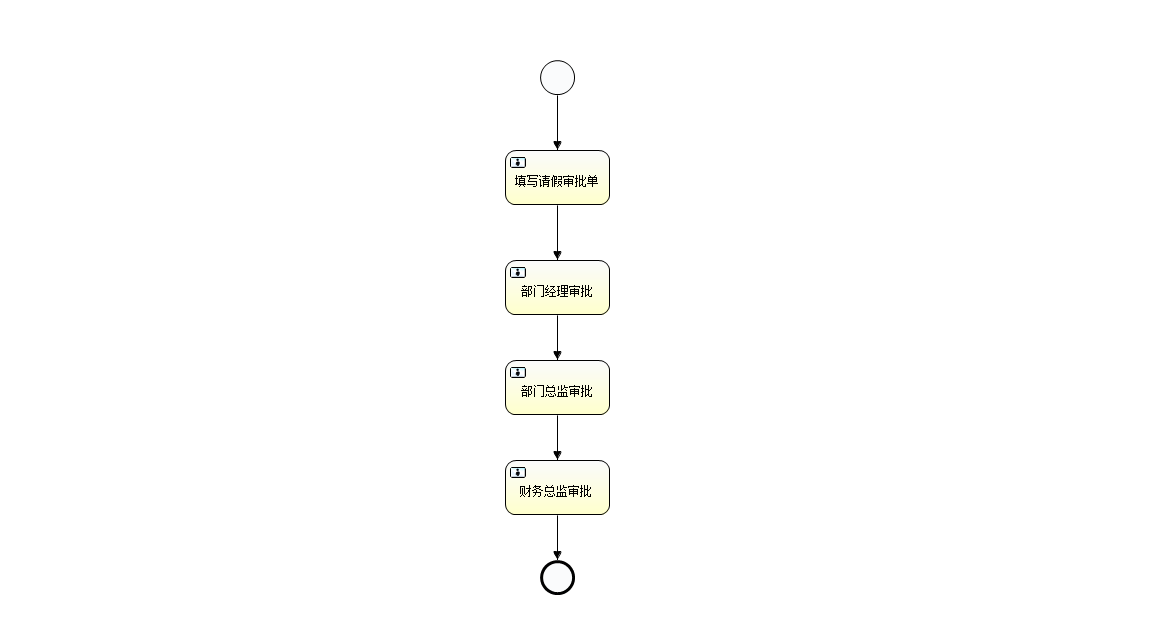
Earlier version of the BPMN export src/main/resources/bpmn/evection.png (jackdemos/taocaicai-activiti). Its source is kept beside it as src/main/resources/bpmn/evection.bpmn. Ids are renumbered.
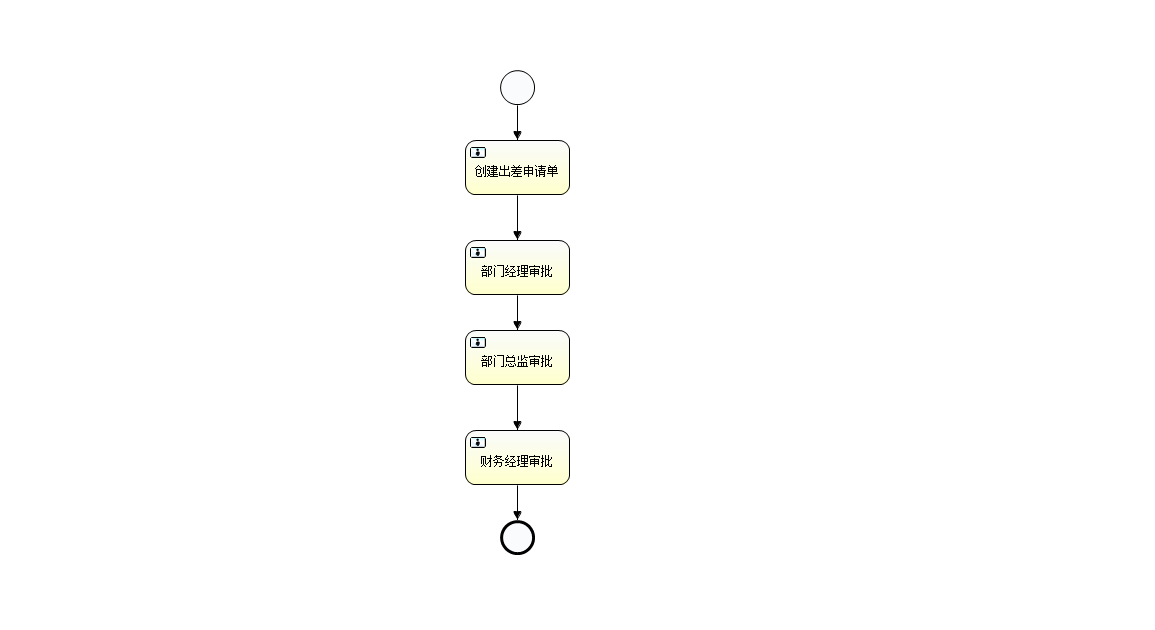
After the commit.

Diff of the diagram source:
```diff
@@ -1,10 +1,10 @@
 <definitions xmlns="http://www.omg.org/spec/BPMN/20100524/MODEL" xmlns:xsi="http://www.w3.org/2001/XMLSchema-instance" xmlns:xsd="http://www.w3.org/2001/XMLSchema" xmlns:activiti="http://activiti.org/bpmn" xmlns:bpmndi="http://www.omg.org/spec/BPMN/20100524/DI" xmlns:omgdc="http://www.omg.org/spec/DD/20100524/DC" xmlns:omgdi="http://www.omg.org/spec/DD/20100524/DI" typeLanguage="http://www.w3.org/2001/XMLSchema" expressionLanguage="http://www.w3.org/1999/XPath" targetNamespace="http://www.activiti.org/test">
-  <process id="evection" name="出差申请" isExecutable="true">
+  <process id="process-evection" name="出差申请单" isExecutable="true">
     <startEvent id="startevent1" name="Start"></startEvent>
-    <userTask id="usertask1" name="填写请假审批单" activiti:assignee="zhangsan"></userTask>
-    <userTask id="usertask2" name="部门经理审批" activiti:assignee="lisi"></userTask>
-    <userTask id="usertask3" name="部门总监审批" activiti:assignee="liudong"></userTask>
-    <userTask id="usertask4" name="财务总监审批 " activiti:assignee="wangxiaoya"></userTask>
+    <userTask id="usertask1" name="创建出差申请单" activiti:assignee="${assignee0}"></userTask>
+    <userTask id="usertask2" name="部门经理审批" activiti:assignee="${assignee1}"></userTask>
+    <userTask id="usertask3" name="部门总监审批" activiti:assignee="${assignee2}"></userTask>
+    <userTask id="usertask4" name="财务经理审批" activiti:assignee="${assignee3}"></userTask>
     <endEvent id="endevent1" name="End"></endEvent>
     <sequenceFlow id="flow1" sourceRef="startevent1" targetRef="usertask1"></sequenceFlow>
     <sequenceFlow id="flow2" sourceRef="usertask1" targetRef="usertask2"></sequenceFlow>
@@ -12,45 +12,45 @@
     <sequenceFlow id="flow4" sourceRef="usertask3" targetRef="usertask4"></sequenceFlow>
     <sequenceFlow id="flow5" sourceRef="usertask4" targetRef="endevent1"></sequenceFlow>
   </process>
-  <bpmndi:BPMNDiagram id="BPMNDiagram_evection">
-    <bpmndi:BPMNPlane bpmnElement="evection" id="BPMNPlane_evection">
+  <bpmndi:BPMNDiagram id="BPMNDiagram_process-evection">
+    <bpmndi:BPMNPlane bpmnElement="process-evection" id="BPMNPlane_process-evection">
       <bpmndi:BPMNShape bpmnElement="startevent1" id="BPMNShape_startevent1">
-        <omgdc:Bounds height="35.0" width="35.0" x="540.0" y="60.0"></omgdc:Bounds>
+        <omgdc:Bounds height="35.0" width="35.0" x="500.0" y="70.0"></omgdc:Bounds>
       </bpmndi:BPMNShape>
       <bpmndi:BPMNShape bpmnElement="usertask1" id="BPMNShape_usertask1">
-        <omgdc:Bounds height="55.0" width="105.0" x="505.0" y="150.0"></omgdc:Bounds>
+        <omgdc:Bounds height="55.0" width="105.0" x="465.0" y="140.0"></omgdc:Bounds>
       </bpmndi:BPMNShape>
       <bpmndi:BPMNShape bpmnElement="usertask2" id="BPMNShape_usertask2">
-        <omgdc:Bounds height="55.0" width="105.0" x="505.0" y="260.0"></omgdc:Bounds>
+        <omgdc:Bounds height="55.0" width="105.0" x="465.0" y="240.0"></omgdc:Bounds>
       </bpmndi:BPMNShape>
       <bpmndi:BPMNShape bpmnElement="usertask3" id="BPMNShape_usertask3">
-        <omgdc:Bounds height="55.0" width="105.0" x="505.0" y="360.0"></omgdc:Bounds>
+        <omgdc:Bounds height="55.0" width="105.0" x="465.0" y="330.0"></omgdc:Bounds>
       </bpmndi:BPMNShape>
       <bpmndi:BPMNShape bpmnElement="usertask4" id="BPMNShape_usertask4">
-        <omgdc:Bounds height="55.0" width="105.0" x="505.0" y="460.0"></omgdc:Bounds>
+        <omgdc:Bounds height="55.0" width="105.0" x="465.0" y="430.0"></omgdc:Bounds>
       </bpmndi:BPMNShape>
       <bpmndi:BPMNShape bpmnElement="endevent1" id="BPMNShape_endevent1">
-        <omgdc:Bounds height="35.0" width="35.0" x="540.0" y="560.0"></omgdc:Bounds>
+        <omgdc:Bounds height="35.0" width="35.0" x="500.0" y="520.0"></omgdc:Bounds>
       </bpmndi:BPMNShape>
       <bpmndi:BPMNEdge bpmnElement="flow1" id="BPMNEdge_flow1">
-        <omgdi:waypoint x="557.0" y="95.0"></omgdi:waypoint>
-        <omgdi:waypoint x="557.0" y="150.0"></omgdi:waypoint>
+        <omgdi:waypoint x="517.0" y="105.0"></omgdi:waypoint>
+        <omgdi:waypoint x="517.0" y="140.0"></omgdi:waypoint>
       </bpmndi:BPMNEdge>
       <bpmndi:BPMNEdge bpmnElement="flow2" id="BPMNEdge_flow2">
-        <omgdi:waypoint x="557.0" y="205.0"></omgdi:waypoint>
-        <omgdi:waypoint x="557.0" y="260.0"></omgdi:waypoint>
+        <omgdi:waypoint x="517.0" y="195.0"></omgdi:waypoint>
+        <omgdi:waypoint x="517.0" y="240.0"></omgdi:waypoint>
       </bpmndi:BPMNEdge>
       <bpmndi:BPMNEdge bpmnElement="flow3" id="BPMNEdge_flow3">
-        <omgdi:waypoint x="557.0" y="315.0"></omgdi:waypoint>
-        <omgdi:waypoint x="557.0" y="360.0"></omgdi:waypoint>
+        <omgdi:waypoint x="517.0" y="295.0"></omgdi:waypoint>
+        <omgdi:waypoint x="517.0" y="330.0"></omgdi:waypoint>
       </bpmndi:BPMNEdge>
       <bpmndi:BPMNEdge bpmnElement="flow4" id="BPMNEdge_flow4">
-        <omgdi:waypoint x="557.0" y="415.0"></omgdi:waypoint>
-        <omgdi:waypoint x="557.0" y="460.0"></omgdi:waypoint>
+        <omgdi:waypoint x="517.0" y="385.0"></omgdi:waypoint>
+        <omgdi:waypoint x="517.0" y="430.0"></omgdi:waypoint>
       </bpmndi:BPMNEdge>
       <bpmndi:BPMNEdge bpmnElement="flow5" id="BPMNEdge_flow5">
-        <omgdi:waypoint x="557.0" y="515.0"></omgdi:waypoint>
-        <omgdi:waypoint x="557.0" y="560.0"></omgdi:waypoint>
+        <omgdi:waypoint x="517.0" y="485.0"></omgdi:waypoint>
+        <omgdi:waypoint x="517.0" y="520.0"></omgdi:waypoint>
       </bpmndi:BPMNEdge>
     </bpmndi:BPMNPlane>
   </bpmndi:BPMNDiagram>
```
